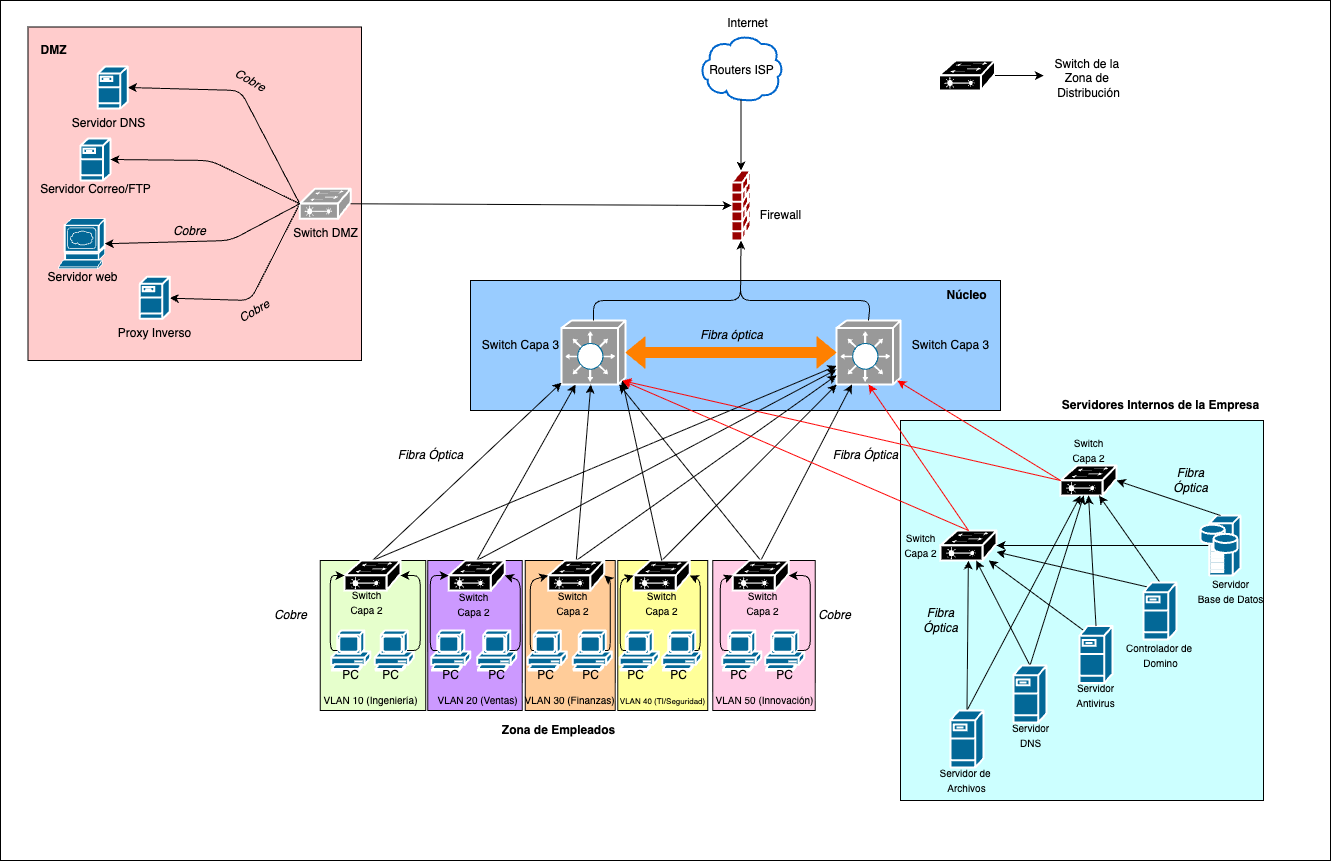
Above: f1-propuesta-arquitectura/imgs/prueba-topologia.png in vargasesc17/proyecto-redes-2026-2 (draw.io), before the change. Source tidied: cells renumbered, new cells last; positions are measured from the earlier drawing's top-left corner, leaving out a move shared by most shapes.
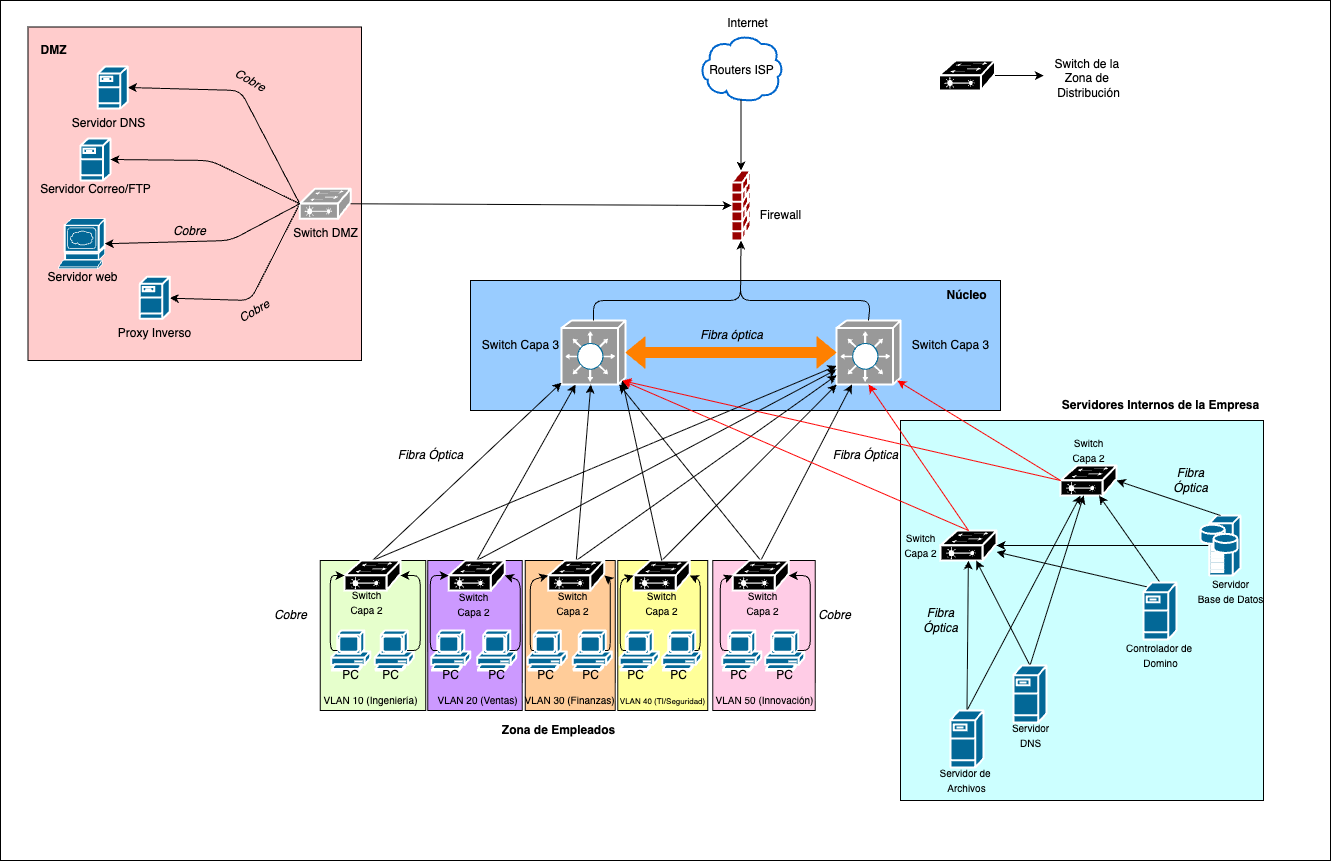
After the change.

Commit message:
remover server Antivirus de la topología

What changed in the source:
```diff
@@ -395,12 +395,6 @@
     <mxCell id="108" style="shape=mxgraph.cisco.servers.fileserver;sketch=0;html=1;dashed=0;fillColor=#036897;strokeColor=#ffffff;strokeWidth=2;verticalLabelPosition=bottom;verticalAlign=top;align=center;outlineConnect=0;" parent="1" vertex="1">
       <mxGeometry x="1143" y="582" width="33" height="57" as="geometry" />
     </mxCell>
-    <mxCell id="109" style="edgeStyle=none;html=1;exitX=0.13;exitY=0.08;exitDx=0;exitDy=0;exitPerimeter=0;" parent="1" edge="1" source="110" target="51">
-      <mxGeometry relative="1" as="geometry" />
-    </mxCell>
-    <mxCell id="110" style="shape=mxgraph.cisco.servers.fileserver;sketch=0;html=1;dashed=0;fillColor=#036897;strokeColor=#ffffff;strokeWidth=2;verticalLabelPosition=bottom;verticalAlign=top;align=center;outlineConnect=0;" parent="1" vertex="1">
-      <mxGeometry x="1079" y="625.5" width="33" height="57" as="geometry" />
-    </mxCell>
     <mxCell id="111" style="edgeStyle=none;html=1;exitX=0.5;exitY=0;exitDx=0;exitDy=0;exitPerimeter=0;" parent="1" edge="1" source="113" target="51">
       <mxGeometry relative="1" as="geometry" />
     </mxCell>
@@ -422,18 +416,12 @@
     <mxCell id="117" style="edgeStyle=none;html=1;exitX=0.5;exitY=0;exitDx=0;exitDy=0;exitPerimeter=0;entryX=1;entryY=0.5;entryDx=0;entryDy=0;entryPerimeter=0;" parent="1" edge="1" source="105" target="50">
       <mxGeometry relative="1" as="geometry" />
     </mxCell>
-    <mxCell id="118" style="edgeStyle=none;html=1;exitX=0.5;exitY=0;exitDx=0;exitDy=0;exitPerimeter=0;entryX=0.5;entryY=1;entryDx=0;entryDy=0;entryPerimeter=0;" parent="1" edge="1" source="110" target="50">
-      <mxGeometry relative="1" as="geometry" />
-    </mxCell>
     <mxCell id="119" value="&lt;span style=&quot;font-size: 10px;&quot;&gt;Servidor de&amp;nbsp;&lt;/span&gt;&lt;div&gt;&lt;span style=&quot;font-size: 10px;&quot;&gt;Archivos&lt;/span&gt;&lt;/div&gt;" style="text;html=1;align=center;verticalAlign=middle;strokeColor=none;fillColor=none;" parent="1" vertex="1">
       <mxGeometry x="926" y="760" width="80" height="40" as="geometry" />
     </mxCell>
     <mxCell id="120" value="&lt;span style=&quot;font-size: 10px;&quot;&gt;Servidor&lt;/span&gt;&lt;div&gt;&lt;span style=&quot;font-size: 10px;&quot;&gt;DNS&lt;/span&gt;&lt;/div&gt;" style="text;html=1;align=center;verticalAlign=middle;strokeColor=none;fillColor=none;" parent="1" vertex="1">
       <mxGeometry x="999.5" y="715" width="60" height="40" as="geometry" />
     </mxCell>
-    <mxCell id="121" value="&lt;span style=&quot;font-size: 10px;&quot;&gt;Servidor&lt;/span&gt;&lt;div&gt;&lt;span style=&quot;font-size: 10px;&quot;&gt;Antivirus&lt;/span&gt;&lt;/div&gt;" style="text;html=1;align=center;verticalAlign=middle;strokeColor=none;fillColor=none;" parent="1" vertex="1">
-      <mxGeometry x="1065.5" y="675" width="60" height="40" as="geometry" />
-    </mxCell>
     <mxCell id="122" value="&lt;span style=&quot;font-size: 10px;&quot;&gt;Controlador de&amp;nbsp;&lt;/span&gt;&lt;div&gt;&lt;span style=&quot;font-size: 10px;&quot;&gt;Domino&lt;/span&gt;&lt;/div&gt;" style="text;html=1;align=center;verticalAlign=middle;strokeColor=none;fillColor=none;" parent="1" vertex="1">
       <mxGeometry x="1114.5" y="635" width="90" height="40" as="geometry" />
     </mxCell>
```
